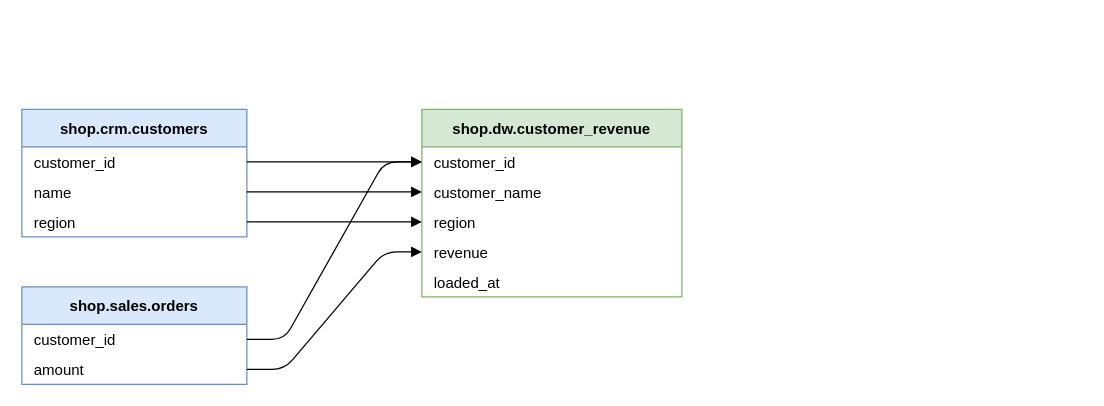
bhaskars9/BQLineage keeps this draw.io diagram as page "Columns" (2 of 2) of examples/orders.drawio. Above is the earlier version. Source tidied: cells renumbered, new cells numbered last; positions are measured from the earlier drawing's top-left corner, leaving out a move shared by most shapes. Both pictures are drawn from the tidied source at 125%, with x=0, y=0 at pixel (21, 109).
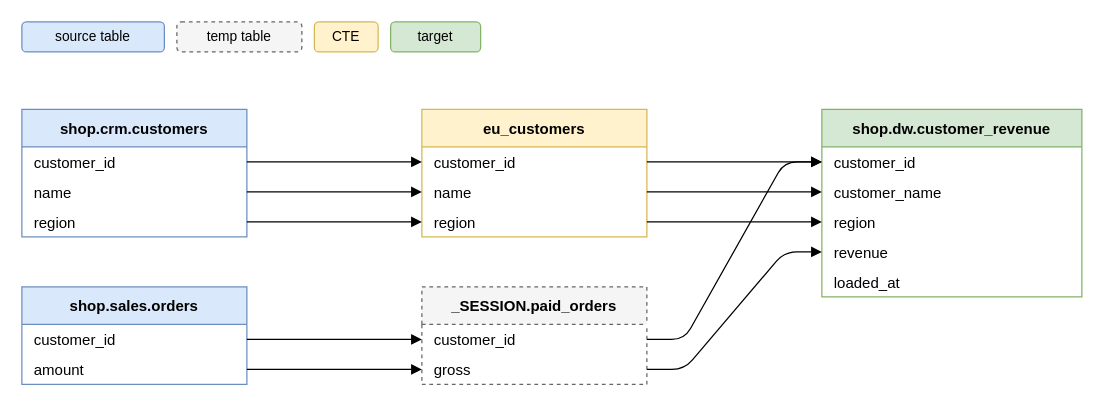
The same diagram, later.

The change refers to these unchanged cells:
```xml
<mxCell id="7" value="customer_id" style="text;align=left;verticalAlign=middle;spacingLeft=8;points=[[0,0.5],[1,0.5]];portConstraint=eastwest;" parent="6" vertex="1">
  <mxGeometry y="30" width="180" height="24" as="geometry" />
</mxCell>
```

Change to the diagram source:
```diff
@@
-    <mxCell id="2" value="shop.crm.customers" style="swimlane;startSize=30;fontStyle=1;horizontal=1;fillColor=#dae8fc;strokeColor=#6c8ebf;" parent="1" vertex="1">
-      <mxGeometry width="180" height="102" as="geometry" />
+    <mxCell id="2" value="source table" style="rounded=1;whiteSpace=wrap;fontSize=11;fillColor=#dae8fc;strokeColor=#6c8ebf;" parent="1" vertex="1">
+      <mxGeometry y="-70" width="114" height="24" as="geometry" />
     </mxCell>
-    <mxCell id="3" value="customer_id" style="text;align=left;verticalAlign=middle;spacingLeft=8;points=[[0,0.5],[1,0.5]];portConstraint=eastwest;" parent="2" vertex="1">
-      <mxGeometry y="30" width="180" height="24" as="geometry" />
+    <mxCell id="3" value="temp table" style="rounded=1;whiteSpace=wrap;fontSize=11;fillColor=#f5f5f5;strokeColor=#666666;dashed=1;" parent="1" vertex="1">
+      <mxGeometry x="124" y="-70" width="100" height="24" as="geometry" />
     </mxCell>
-    <mxCell id="4" value="name" style="text;align=left;verticalAlign=middle;spacingLeft=8;points=[[0,0.5],[1,0.5]];portConstraint=eastwest;" parent="2" vertex="1">
-      <mxGeometry y="54" width="180" height="24" as="geometry" />
+    <mxCell id="4" value="CTE" style="rounded=1;whiteSpace=wrap;fontSize=11;fillColor=#fff2cc;strokeColor=#d6b656;" parent="1" vertex="1">
+      <mxGeometry x="234" y="-70" width="51" height="24" as="geometry" />
     </mxCell>
-    <mxCell id="5" value="region" style="text;align=left;verticalAlign=middle;spacingLeft=8;points=[[0,0.5],[1,0.5]];portConstraint=eastwest;" parent="2" vertex="1">
-      <mxGeometry y="78" width="180" height="24" as="geometry" />
+    <mxCell id="5" value="target" style="rounded=1;whiteSpace=wrap;fontSize=11;fillColor=#d5e8d4;strokeColor=#82b366;" parent="1" vertex="1">
+      <mxGeometry x="295" y="-70" width="72" height="24" as="geometry" />
     </mxCell>
-    <mxCell id="6" value="shop.sales.orders" style="swimlane;startSize=30;fontStyle=1;horizontal=1;fillColor=#dae8fc;strokeColor=#6c8ebf;" parent="1" vertex="1">
-      <mxGeometry y="142" width="180" height="78" as="geometry" />
+    <mxCell id="6" value="shop.crm.customers" style="swimlane;startSize=30;fontStyle=1;horizontal=1;fillColor=#dae8fc;strokeColor=#6c8ebf;" parent="1" vertex="1">
+      <mxGeometry width="180" height="102" as="geometry" />
     </mxCell>
@@
-    <mxCell id="8" value="amount" style="text;align=left;verticalAlign=middle;spacingLeft=8;points=[[0,0.5],[1,0.5]];portConstraint=eastwest;" parent="6" vertex="1">
+    <mxCell id="8" value="name" style="text;align=left;verticalAlign=middle;spacingLeft=8;points=[[0,0.5],[1,0.5]];portConstraint=eastwest;" parent="6" vertex="1">
       <mxGeometry y="54" width="180" height="24" as="geometry" />
     </mxCell>
-    <mxCell id="9" value="shop.dw.customer_revenue" style="swimlane;startSize=30;fontStyle=1;horizontal=1;fillColor=#d5e8d4;strokeColor=#82b366;" parent="1" vertex="1">
-      <mxGeometry x="320" width="208" height="150" as="geometry" />
+    <mxCell id="9" value="region" style="text;align=left;verticalAlign=middle;spacingLeft=8;points=[[0,0.5],[1,0.5]];portConstraint=eastwest;" parent="6" vertex="1">
+      <mxGeometry y="78" width="180" height="24" as="geometry" />
     </mxCell>
-    <mxCell id="10" value="customer_id" style="text;align=left;verticalAlign=middle;spacingLeft=8;points=[[0,0.5],[1,0.5]];portConstraint=eastwest;" parent="9" vertex="1">
-      <mxGeometry y="30" width="208" height="24" as="geometry" />
+    <mxCell id="10" value="shop.sales.orders" style="swimlane;startSize=30;fontStyle=1;horizontal=1;fillColor=#dae8fc;strokeColor=#6c8ebf;" parent="1" vertex="1">
+      <mxGeometry y="142" width="180" height="78" as="geometry" />
     </mxCell>
-    <mxCell id="11" value="customer_name" style="text;align=left;verticalAlign=middle;spacingLeft=8;points=[[0,0.5],[1,0.5]];portConstraint=eastwest;" parent="9" vertex="1">
-      <mxGeometry y="54" width="208" height="24" as="geometry" />
+    <mxCell id="11" value="customer_id" style="text;align=left;verticalAlign=middle;spacingLeft=8;points=[[0,0.5],[1,0.5]];portConstraint=eastwest;" parent="10" vertex="1">
+      <mxGeometry y="30" width="180" height="24" as="geometry" />
     </mxCell>
-    <mxCell id="12" value="region" style="text;align=left;verticalAlign=middle;spacingLeft=8;points=[[0,0.5],[1,0.5]];portConstraint=eastwest;" parent="9" vertex="1">
-      <mxGeometry y="78" width="208" height="24" as="geometry" />
+    <mxCell id="12" value="amount" style="text;align=left;verticalAlign=middle;spacingLeft=8;points=[[0,0.5],[1,0.5]];portConstraint=eastwest;" parent="10" vertex="1">
+      <mxGeometry y="54" width="180" height="24" as="geometry" />
     </mxCell>
-    <mxCell id="13" value="revenue" style="text;align=left;verticalAlign=middle;spacingLeft=8;points=[[0,0.5],[1,0.5]];portConstraint=eastwest;" parent="9" vertex="1">
-      <mxGeometry y="102" width="208" height="24" as="geometry" />
+    <mxCell id="13" value="eu_customers" style="swimlane;startSize=30;fontStyle=1;horizontal=1;fillColor=#fff2cc;strokeColor=#d6b656;" parent="1" vertex="1">
+      <mxGeometry x="320" width="180" height="102" as="geometry" />
     </mxCell>
-    <mxCell id="14" value="loaded_at" style="text;align=left;verticalAlign=middle;spacingLeft=8;points=[[0,0.5],[1,0.5]];portConstraint=eastwest;" parent="9" vertex="1">
-      <mxGeometry y="126" width="208" height="24" as="geometry" />
+    <mxCell id="14" value="customer_id" style="text;align=left;verticalAlign=middle;spacingLeft=8;points=[[0,0.5],[1,0.5]];portConstraint=eastwest;" parent="13" vertex="1">
+      <mxGeometry y="30" width="180" height="24" as="geometry" />
     </mxCell>
-    <mxCell id="15" style="edgeStyle=entityRelationEdgeStyle;endArrow=block;endFill=1;" parent="1" edge="1" source="3" target="10">
-      <mxGeometry relative="1" as="geometry" />
+    <mxCell id="15" value="name" style="text;align=left;verticalAlign=middle;spacingLeft=8;points=[[0,0.5],[1,0.5]];portConstraint=eastwest;" parent="13" vertex="1">
+      <mxGeometry y="54" width="180" height="24" as="geometry" />
     </mxCell>
-    <mxCell id="16" style="edgeStyle=entityRelationEdgeStyle;endArrow=block;endFill=1;" parent="1" edge="1" source="4" target="11">
-      <mxGeometry relative="1" as="geometry" />
+    <mxCell id="16" value="region" style="text;align=left;verticalAlign=middle;spacingLeft=8;points=[[0,0.5],[1,0.5]];portConstraint=eastwest;" parent="13" vertex="1">
+      <mxGeometry y="78" width="180" height="24" as="geometry" />
     </mxCell>
-    <mxCell id="17" style="edgeStyle=entityRelationEdgeStyle;endArrow=block;endFill=1;" parent="1" edge="1" source="5" target="12">
-      <mxGeometry relative="1" as="geometry" />
+    <mxCell id="17" value="_SESSION.paid_orders" style="swimlane;startSize=30;fontStyle=1;horizontal=1;fillColor=#f5f5f5;strokeColor=#666666;dashed=1;" parent="1" vertex="1">
+      <mxGeometry x="320" y="142" width="180" height="78" as="geometry" />
     </mxCell>
-    <mxCell id="18" style="edgeStyle=entityRelationEdgeStyle;endArrow=block;endFill=1;" parent="1" edge="1" source="8" target="13">
-      <mxGeometry relative="1" as="geometry" />
+    <mxCell id="18" value="customer_id" style="text;align=left;verticalAlign=middle;spacingLeft=8;points=[[0,0.5],[1,0.5]];portConstraint=eastwest;" parent="17" vertex="1">
+      <mxGeometry y="30" width="180" height="24" as="geometry" />
     </mxCell>
-    <mxCell id="19" style="edgeStyle=entityRelationEdgeStyle;endArrow=block;endFill=1;" parent="1" edge="1" source="7" target="10">
-      <mxGeometry relative="1" as="geometry" />
+    <mxCell id="19" value="gross" style="text;align=left;verticalAlign=middle;spacingLeft=8;points=[[0,0.5],[1,0.5]];portConstraint=eastwest;" parent="17" vertex="1">
+      <mxGeometry y="54" width="180" height="24" as="geometry" />
     </mxCell>
+    <mxCell id="20" value="shop.dw.customer_revenue" style="swimlane;startSize=30;fontStyle=1;horizontal=1;fillColor=#d5e8d4;strokeColor=#82b366;" parent="1" vertex="1">
+      <mxGeometry x="640" width="208" height="150" as="geometry" />
+    </mxCell>
+    <mxCell id="21" value="customer_id" style="text;align=left;verticalAlign=middle;spacingLeft=8;points=[[0,0.5],[1,0.5]];portConstraint=eastwest;" parent="20" vertex="1">
+      <mxGeometry y="30" width="208" height="24" as="geometry" />
+    </mxCell>
+    <mxCell id="22" value="customer_name" style="text;align=left;verticalAlign=middle;spacingLeft=8;points=[[0,0.5],[1,0.5]];portConstraint=eastwest;" parent="20" vertex="1">
+      <mxGeometry y="54" width="208" height="24" as="geometry" />
+    </mxCell>
+    <mxCell id="23" value="region" style="text;align=left;verticalAlign=middle;spacingLeft=8;points=[[0,0.5],[1,0.5]];portConstraint=eastwest;" parent="20" vertex="1">
+      <mxGeometry y="78" width="208" height="24" as="geometry" />
+    </mxCell>
+    <mxCell id="24" value="revenue" style="text;align=left;verticalAlign=middle;spacingLeft=8;points=[[0,0.5],[1,0.5]];portConstraint=eastwest;" parent="20" vertex="1">
+      <mxGeometry y="102" width="208" height="24" as="geometry" />
+    </mxCell>
+    <mxCell id="25" value="loaded_at" style="text;align=left;verticalAlign=middle;spacingLeft=8;" parent="20" vertex="1">
+      <mxGeometry y="126" width="208" height="24" as="geometry" />
+    </mxCell>
+    <mxCell id="26" style="edgeStyle=entityRelationEdgeStyle;endArrow=block;endFill=1;" parent="1" edge="1" source="14" target="21">
+      <mxGeometry relative="1" as="geometry" />
+    </mxCell>
+    <mxCell id="27" style="edgeStyle=entityRelationEdgeStyle;endArrow=block;endFill=1;" parent="1" edge="1" source="15" target="22">
+      <mxGeometry relative="1" as="geometry" />
+    </mxCell>
+    <mxCell id="28" style="edgeStyle=entityRelationEdgeStyle;endArrow=block;endFill=1;" parent="1" edge="1" source="16" target="23">
+      <mxGeometry relative="1" as="geometry" />
+    </mxCell>
+    <mxCell id="29" style="edgeStyle=entityRelationEdgeStyle;endArrow=block;endFill=1;" parent="1" edge="1" source="18" target="21">
+      <mxGeometry relative="1" as="geometry" />
+    </mxCell>
+    <mxCell id="30" style="edgeStyle=entityRelationEdgeStyle;endArrow=block;endFill=1;" parent="1" edge="1" source="19" target="24">
+      <mxGeometry relative="1" as="geometry" />
+    </mxCell>
+    <mxCell id="31" style="edgeStyle=entityRelationEdgeStyle;endArrow=block;endFill=1;" parent="1" edge="1" source="7" target="14">
+      <mxGeometry relative="1" as="geometry" />
+    </mxCell>
+    <mxCell id="32" style="edgeStyle=entityRelationEdgeStyle;endArrow=block;endFill=1;" parent="1" edge="1" source="8" target="15">
+      <mxGeometry relative="1" as="geometry" />
+    </mxCell>
+    <mxCell id="33" style="edgeStyle=entityRelationEdgeStyle;endArrow=block;endFill=1;" parent="1" edge="1" source="9" target="16">
+      <mxGeometry relative="1" as="geometry" />
+    </mxCell>
+    <mxCell id="34" style="edgeStyle=entityRelationEdgeStyle;endArrow=block;endFill=1;" parent="1" edge="1" source="12" target="19">
+      <mxGeometry relative="1" as="geometry" />
+    </mxCell>
+    <mxCell id="35" style="edgeStyle=entityRelationEdgeStyle;endArrow=block;endFill=1;" parent="1" edge="1" source="11" target="18">
+      <mxGeometry relative="1" as="geometry" />
+    </mxCell>
```
